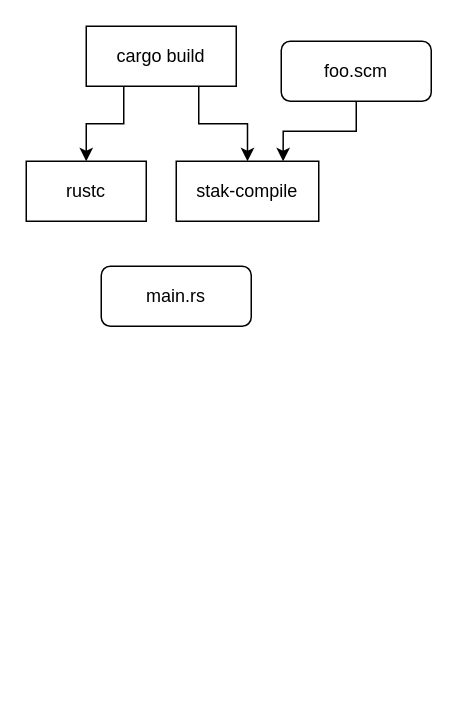
Before: papers/stak-scheme/build.drawio in raviqqe/doc, a draw.io diagram. Source tidied: cells renumbered, new cells numbered last; positions are measured from the earlier drawing's top-left corner, leaving out a move shared by most shapes. Both pictures are drawn from the tidied source at 150%, with x=0, y=0 at pixel (26, 26).
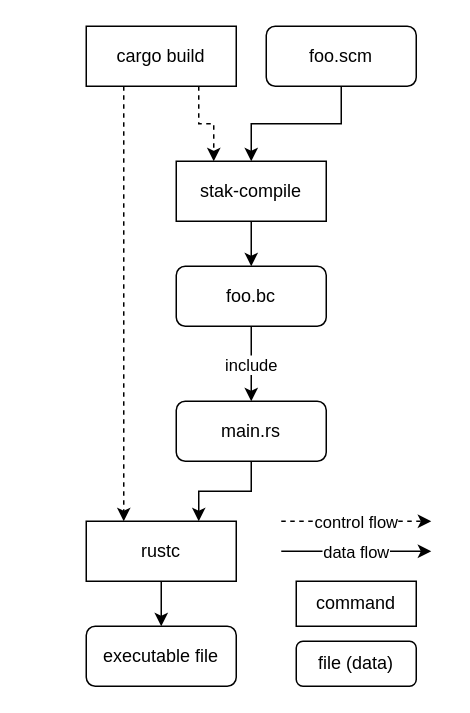
After the change.

The change refers to these unchanged cells:
```xml
<mxCell id="4" value="cargo build" style="rounded=0;whiteSpace=wrap;html=1;" parent="1" vertex="1">
  <mxGeometry x="40" width="100" height="40" as="geometry" />
</mxCell>
```

The edit, as a diff of the source:
```diff
@@
-    <mxCell id="2" style="edgeStyle=orthogonalEdgeStyle;rounded=0;jettySize=auto;html=1;exitX=0.25;exitY=1;exitDx=0;exitDy=0;entryX=0.5;entryY=0;entryDx=0;entryDy=0;" parent="1" edge="1" source="4" target="9">
+    <mxCell id="2" style="edgeStyle=orthogonalEdgeStyle;rounded=0;jettySize=auto;html=1;exitX=0.25;exitY=1;exitDx=0;exitDy=0;entryX=0.25;entryY=0;entryDx=0;entryDy=0;dashed=1;" parent="1" edge="1" source="4" target="9">
       <mxGeometry relative="1" as="geometry" />
     </mxCell>
-    <mxCell id="3" style="edgeStyle=orthogonalEdgeStyle;rounded=0;jettySize=auto;html=1;exitX=0.75;exitY=1;exitDx=0;exitDy=0;entryX=0.5;entryY=0;entryDx=0;entryDy=0;" parent="1" edge="1" source="4" target="5">
+    <mxCell id="3" style="edgeStyle=orthogonalEdgeStyle;rounded=0;jettySize=auto;html=1;exitX=0.75;exitY=1;exitDx=0;exitDy=0;entryX=0.25;entryY=0;entryDx=0;entryDy=0;dashed=1;" parent="1" edge="1" source="4" target="5">
       <mxGeometry relative="1" as="geometry" />
     </mxCell>
@@
+    <mxCell id="10" style="edgeStyle=orthogonalEdgeStyle;rounded=0;jettySize=auto;html=1;exitX=0.5;exitY=1;exitDx=0;exitDy=0;entryX=0.5;entryY=0;entryDx=0;entryDy=0;" parent="1" edge="1" source="5" target="15">
+      <mxGeometry relative="1" as="geometry" />
+    </mxCell>
     <mxCell id="5" value="&lt;div&gt;stak-compile&lt;/div&gt;" style="rounded=0;whiteSpace=wrap;html=1;" parent="1" vertex="1">
-      <mxGeometry x="100" y="90" width="95" height="40" as="geometry" />
+      <mxGeometry x="100" y="90" width="100" height="40" as="geometry" />
     </mxCell>
-    <mxCell id="6" style="edgeStyle=orthogonalEdgeStyle;rounded=0;jettySize=auto;html=1;exitX=0.5;exitY=1;exitDx=0;exitDy=0;entryX=0.75;entryY=0;entryDx=0;entryDy=0;" parent="1" edge="1" source="7" target="5">
+    <mxCell id="6" style="edgeStyle=orthogonalEdgeStyle;rounded=0;jettySize=auto;html=1;exitX=0.5;exitY=1;exitDx=0;exitDy=0;entryX=0.5;entryY=0;entryDx=0;entryDy=0;" parent="1" edge="1" source="7" target="5">
       <mxGeometry relative="1" as="geometry" />
     </mxCell>
     <mxCell id="7" value="foo.scm" style="rounded=1;whiteSpace=wrap;html=1;glass=0;shadow=0;" parent="1" vertex="1">
-      <mxGeometry x="170" y="10" width="100" height="40" as="geometry" />
+      <mxGeometry x="160" width="100" height="40" as="geometry" />
     </mxCell>
+    <mxCell id="11" style="edgeStyle=orthogonalEdgeStyle;rounded=0;jettySize=auto;html=1;exitX=0.5;exitY=1;exitDx=0;exitDy=0;entryX=0.75;entryY=0;entryDx=0;entryDy=0;" parent="1" edge="1" source="8" target="9">
+      <mxGeometry relative="1" as="geometry" />
+    </mxCell>
     <mxCell id="8" value="main.rs" style="rounded=1;whiteSpace=wrap;html=1;glass=0;shadow=0;" parent="1" vertex="1">
-      <mxGeometry x="50" y="160" width="100" height="40" as="geometry" />
+      <mxGeometry x="100" y="250" width="100" height="40" as="geometry" />
     </mxCell>
+    <mxCell id="12" style="edgeStyle=orthogonalEdgeStyle;rounded=0;jettySize=auto;html=1;exitX=0.5;exitY=1;exitDx=0;exitDy=0;entryX=0.5;entryY=0;entryDx=0;entryDy=0;" parent="1" edge="1" source="9" target="16">
+      <mxGeometry relative="1" as="geometry" />
+    </mxCell>
     <mxCell id="9" value="&lt;div&gt;rustc&lt;/div&gt;" style="rounded=0;whiteSpace=wrap;html=1;glass=0;shadow=0;" parent="1" vertex="1">
-      <mxGeometry y="90" width="80" height="40" as="geometry" />
+      <mxGeometry x="40" y="330" width="100" height="40" as="geometry" />
     </mxCell>
+    <mxCell id="13" style="edgeStyle=orthogonalEdgeStyle;rounded=0;jettySize=auto;html=1;exitX=0.5;exitY=1;exitDx=0;exitDy=0;entryX=0.5;entryY=0;entryDx=0;entryDy=0;" parent="1" edge="1" source="15" target="8">
+      <mxGeometry relative="1" as="geometry" />
+    </mxCell>
+    <mxCell id="14" value="include" style="edgeLabel;html=1;align=center;verticalAlign=middle;" parent="13" vertex="1">
+      <mxGeometry x="-0.01" y="-1" relative="1" as="geometry" />
+    </mxCell>
+    <mxCell id="15" value="&lt;div&gt;foo.bc&lt;/div&gt;" style="rounded=1;whiteSpace=wrap;html=1;glass=0;shadow=0;" parent="1" vertex="1">
+      <mxGeometry x="100" y="160" width="100" height="40" as="geometry" />
+    </mxCell>
+    <mxCell id="16" value="executable file" style="rounded=1;whiteSpace=wrap;html=1;glass=0;shadow=0;" parent="1" vertex="1">
+      <mxGeometry x="40" y="400" width="100" height="40" as="geometry" />
+    </mxCell>
+    <mxCell id="17" style="endArrow=classic;html=1;rounded=0;dashed=1;" parent="1" edge="1">
+      <mxGeometry relative="1" as="geometry">
+        <mxPoint x="170" y="330" as="sourcePoint" />
+        <mxPoint x="270" y="330" as="targetPoint" />
+      </mxGeometry>
+    </mxCell>
+    <mxCell id="18" value="control flow" style="edgeLabel;html=1;align=center;verticalAlign=middle;" parent="17" vertex="1">
+      <mxGeometry x="-0.02" relative="1" as="geometry" />
+    </mxCell>
+    <mxCell id="19" style="endArrow=classic;html=1;rounded=0;" parent="1" edge="1">
+      <mxGeometry relative="1" as="geometry">
+        <mxPoint x="170" y="350" as="sourcePoint" />
+        <mxPoint x="270" y="350" as="targetPoint" />
+      </mxGeometry>
+    </mxCell>
+    <mxCell id="20" value="data flow" style="edgeLabel;html=1;align=center;verticalAlign=middle;" parent="19" vertex="1">
+      <mxGeometry x="-0.02" relative="1" as="geometry" />
+    </mxCell>
+    <mxCell id="21" value="file (data)" style="rounded=1;whiteSpace=wrap;html=1;" parent="1" vertex="1">
+      <mxGeometry x="180" y="410" width="80" height="30" as="geometry" />
+    </mxCell>
+    <mxCell id="22" value="command" style="rounded=0;whiteSpace=wrap;html=1;" parent="1" vertex="1">
+      <mxGeometry x="180" y="370" width="80" height="30" as="geometry" />
+    </mxCell>
```
